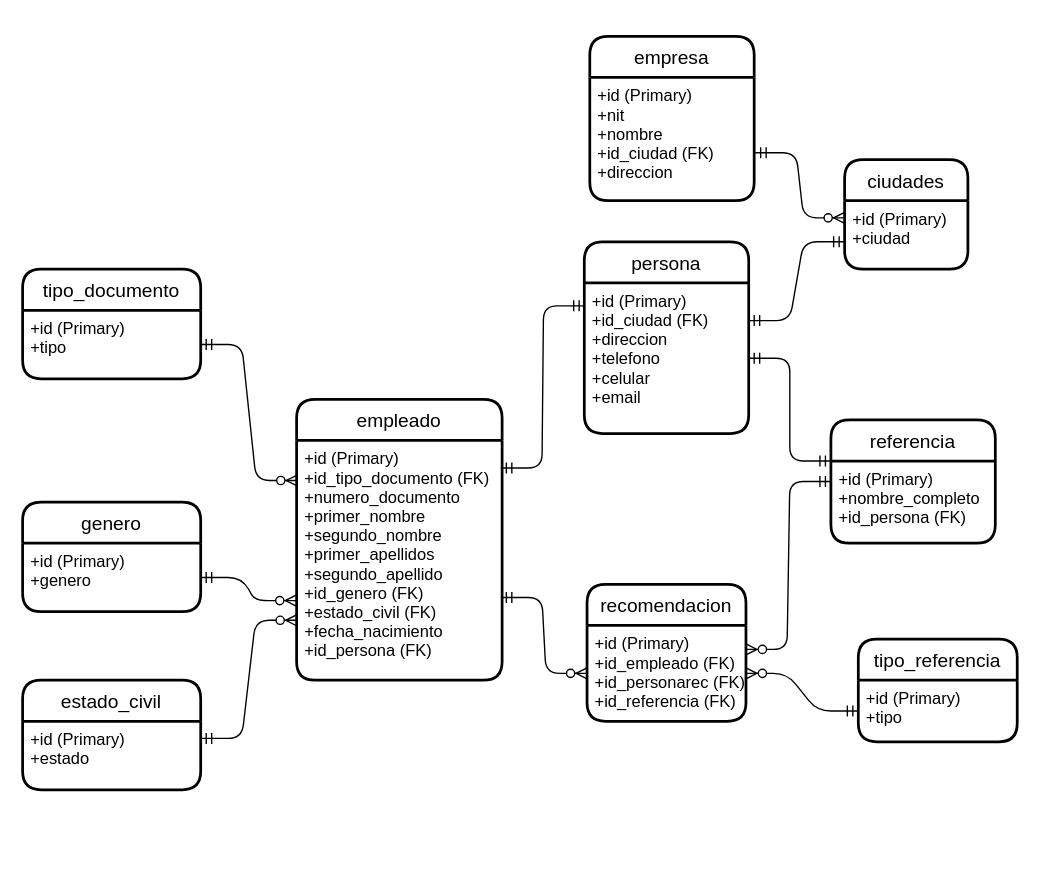
Earlier version of the draw.io diagram DiseñoRelacional.drawio (shaten10/hdv). Source tidied: cells renumbered, new cells numbered last; positions are measured from the earlier drawing's top-left corner, leaving out a move shared by most shapes. Both pictures are drawn from the tidied source at 137%, with x=0, y=0 at pixel (22, 36).
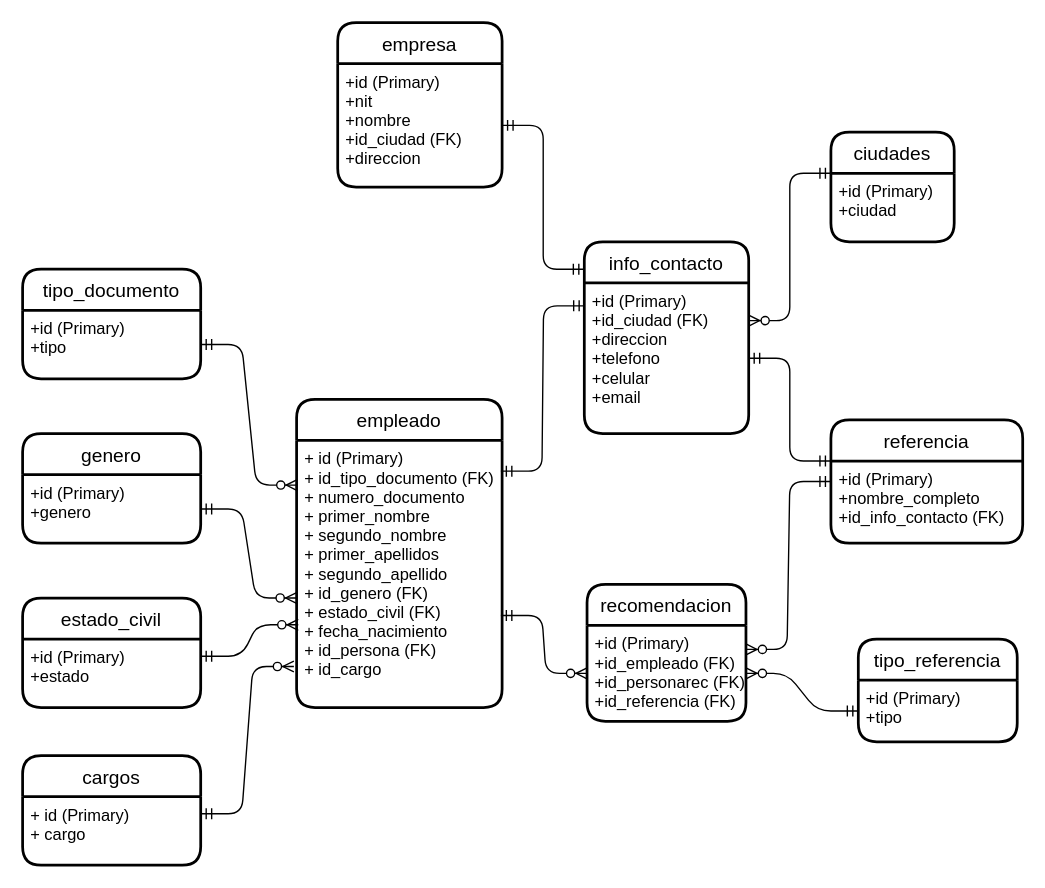
The same diagram, later.

Unchanged cells that the change refers to:
```xml
<mxCell id="3" value="+id (Primary)&#10;+id_ciudad (FK)&#10;+direccion&#10;+telefono&#10;+celular&#10;+email" style="align=left;strokeColor=none;fillColor=none;spacingLeft=4;fontSize=12;verticalAlign=top;" parent="2" vertex="1">
  <mxGeometry y="30" width="120" height="110" as="geometry" />
</mxCell>
<mxCell id="15" value="+id (Primary)&#10;+ciudad" style="align=left;strokeColor=none;fillColor=none;spacingLeft=4;fontSize=12;verticalAlign=top;" parent="14" vertex="1">
  <mxGeometry y="30" width="90" height="50" as="geometry" />
</mxCell>
<mxCell id="17" value="+id (Primary)&#10;+estado" style="align=left;strokeColor=none;fillColor=none;spacingLeft=4;fontSize=12;verticalAlign=top;" parent="16" vertex="1">
  <mxGeometry y="30" width="130" height="50" as="geometry" />
</mxCell>
<mxCell id="19" value="+id (Primary)&#10;+genero" style="align=left;strokeColor=none;fillColor=none;spacingLeft=4;fontSize=12;verticalAlign=top;" parent="18" vertex="1">
  <mxGeometry y="30" width="130" height="50" as="geometry" />
</mxCell>
<mxCell id="21" value="+id (Primary)&#10;+nit&#10;+nombre&#10;+id_ciudad (FK)&#10;+direccion" style="align=left;strokeColor=none;fillColor=none;spacingLeft=4;fontSize=12;verticalAlign=top;" parent="20" vertex="1">
  <mxGeometry y="30" width="120" height="90" as="geometry" />
</mxCell>
```

Change to the diagram source:
```diff
@@
-    <mxCell id="2" value="persona" style="swimlane;horizontal=1;startSize=30;rounded=1;fontSize=14;fontStyle=0;strokeWidth=2;shadow=0;dashed=0;align=center;" parent="1" vertex="1">
+    <mxCell id="2" value="info_contacto" style="swimlane;horizontal=1;startSize=30;rounded=1;fontSize=14;fontStyle=0;strokeWidth=2;shadow=0;dashed=0;align=center;" parent="1" vertex="1">
       <mxGeometry x="410" y="150" width="120" height="140" as="geometry" />
     </mxCell>
@@
     <mxCell id="4" value="empleado" style="swimlane;horizontal=1;startSize=30;rounded=1;fontSize=14;fontStyle=0;strokeWidth=2;shadow=0;dashed=0;align=center;" parent="1" vertex="1">
-      <mxGeometry x="200" y="265" width="150" height="205" as="geometry" />
+      <mxGeometry x="200" y="265" width="150" height="225" as="geometry" />
     </mxCell>
-    <mxCell id="5" value="+id (Primary)&#10;+id_tipo_documento (FK)&#10;+numero_documento&#10;+primer_nombre&#10;+segundo_nombre&#10;+primer_apellidos&#10;+segundo_apellido&#10;+id_genero (FK)&#10;+estado_civil (FK)&#10;+fecha_nacimiento&#10;+id_persona (FK)&#10;" style="align=left;strokeColor=none;fillColor=none;spacingLeft=4;fontSize=12;verticalAlign=top;" parent="4" vertex="1">
-      <mxGeometry y="30" width="150" height="175" as="geometry" />
+    <mxCell id="5" value="+ id (Primary)&#10;+ id_tipo_documento (FK)&#10;+ numero_documento&#10;+ primer_nombre&#10;+ segundo_nombre&#10;+ primer_apellidos&#10;+ segundo_apellido&#10;+ id_genero (FK)&#10;+ estado_civil (FK)&#10;+ fecha_nacimiento&#10;+ id_persona (FK)&#10;+ id_cargo&#10;" style="align=left;strokeColor=none;fillColor=none;spacingLeft=4;fontSize=12;verticalAlign=top;" parent="4" vertex="1">
+      <mxGeometry y="30" width="150" height="195" as="geometry" />
     </mxCell>
     <mxCell id="6" value="referencia" style="swimlane;horizontal=1;startSize=30;rounded=1;fontSize=14;fontStyle=0;strokeWidth=2;shadow=0;dashed=0;align=center;" parent="1" vertex="1">
-      <mxGeometry x="590" y="280" width="120" height="90" as="geometry" />
+      <mxGeometry x="590" y="280" width="140" height="90" as="geometry" />
     </mxCell>
-    <mxCell id="7" value="+id (Primary)&#10;+nombre_completo&#10;+id_persona (FK)" style="align=left;strokeColor=none;fillColor=none;spacingLeft=4;fontSize=12;verticalAlign=top;" parent="6" vertex="1">
-      <mxGeometry y="30" width="120" height="60" as="geometry" />
+    <mxCell id="7" value="+id (Primary)&#10;+nombre_completo&#10;+id_info_contacto (FK)" style="align=left;strokeColor=none;fillColor=none;spacingLeft=4;fontSize=12;verticalAlign=top;" parent="6" vertex="1">
+      <mxGeometry y="30" width="140" height="60" as="geometry" />
     </mxCell>
@@
     <mxCell id="14" value="ciudades" style="swimlane;horizontal=1;startSize=30;rounded=1;fontSize=14;fontStyle=0;strokeWidth=2;shadow=0;dashed=0;align=center;" parent="1" vertex="1">
-      <mxGeometry x="600" y="90" width="90" height="80" as="geometry" />
+      <mxGeometry x="590" y="70" width="90" height="80" as="geometry" />
     </mxCell>
@@
     <mxCell id="16" value="estado_civil" style="swimlane;horizontal=1;startSize=30;rounded=1;fontSize=14;fontStyle=0;strokeWidth=2;shadow=0;dashed=0;align=center;" parent="1" vertex="1">
-      <mxGeometry y="470" width="130" height="80" as="geometry" />
+      <mxGeometry y="410" width="130" height="80" as="geometry" />
     </mxCell>
@@
     <mxCell id="18" value="genero" style="swimlane;horizontal=1;startSize=30;rounded=1;fontSize=14;fontStyle=0;strokeWidth=2;shadow=0;dashed=0;align=center;" parent="1" vertex="1">
-      <mxGeometry y="340" width="130" height="80" as="geometry" />
+      <mxGeometry y="290" width="130" height="80" as="geometry" />
     </mxCell>
@@
     <mxCell id="20" value="empresa" style="swimlane;horizontal=1;startSize=30;rounded=1;fontSize=14;fontStyle=0;strokeWidth=2;shadow=0;dashed=0;align=center;" parent="1" vertex="1">
-      <mxGeometry x="414" width="120" height="120" as="geometry" />
+      <mxGeometry x="230" y="-10" width="120" height="120" as="geometry" />
     </mxCell>
@@
-    <mxCell id="25" style="edgeStyle=entityRelationEdgeStyle;fontSize=12;html=1;endArrow=ERzeroToMany;startArrow=ERmandOne;exitX=1;exitY=0.5;exitDx=0;exitDy=0;entryX=-0.002;entryY=0.668;entryDx=0;entryDy=0;entryPerimeter=0;" parent="1" edge="1" source="19" target="5">
-      <mxGeometry relative="1" as="geometry" />
+    <mxCell id="25" style="edgeStyle=entityRelationEdgeStyle;fontSize=12;html=1;endArrow=ERzeroToMany;startArrow=ERmandOne;exitX=1;exitY=0.5;exitDx=0;exitDy=0;" parent="1" edge="1" source="19">
+      <mxGeometry relative="1" as="geometry">
+        <mxPoint x="200" y="410" as="targetPoint" />
+      </mxGeometry>
     </mxCell>
-    <mxCell id="26" style="edgeStyle=entityRelationEdgeStyle;fontSize=12;html=1;endArrow=ERzeroToMany;startArrow=ERmandOne;exitX=1;exitY=0.25;exitDx=0;exitDy=0;entryX=0;entryY=0.75;entryDx=0;entryDy=0;" parent="1" edge="1" source="17" target="5">
+    <mxCell id="26" style="edgeStyle=entityRelationEdgeStyle;fontSize=12;html=1;endArrow=ERzeroToMany;startArrow=ERmandOne;exitX=1;exitY=0.25;exitDx=0;exitDy=0;entryX=0.008;entryY=0.69;entryDx=0;entryDy=0;entryPerimeter=0;" parent="1" edge="1" source="17" target="5">
       <mxGeometry relative="1" as="geometry" />
     </mxCell>
@@
-    <mxCell id="30" style="edgeStyle=entityRelationEdgeStyle;fontSize=12;html=1;endArrow=ERzeroToMany;startArrow=ERmandOne;exitX=1.006;exitY=0.611;exitDx=0;exitDy=0;entryX=0;entryY=0.25;entryDx=0;entryDy=0;exitPerimeter=0;" parent="1" edge="1" source="21" target="15">
-      <mxGeometry relative="1" as="geometry" />
-    </mxCell>
-    <mxCell id="31" style="edgeStyle=entityRelationEdgeStyle;fontSize=12;html=1;endArrow=ERmandOne;startArrow=ERmandOne;entryX=0;entryY=0.75;entryDx=0;entryDy=0;exitX=1;exitY=0.25;exitDx=0;exitDy=0;" parent="1" edge="1" source="3" target="14">
-      <mxGeometry relative="1" as="geometry" />
-    </mxCell>
+    <mxCell id="32" style="edgeStyle=entityRelationEdgeStyle;fontSize=12;html=1;endArrow=ERmandOne;startArrow=ERmandOne;exitX=1;exitY=0.5;exitDx=0;exitDy=0;" parent="1" edge="1" source="21">
+      <mxGeometry relative="1" as="geometry">
+        <mxPoint x="410" y="170" as="targetPoint" />
+      </mxGeometry>
+    </mxCell>
+    <mxCell id="33" style="edgeStyle=entityRelationEdgeStyle;fontSize=12;html=1;endArrow=ERzeroToMany;startArrow=ERmandOne;exitX=0;exitY=0;exitDx=0;exitDy=0;entryX=1;entryY=0.25;entryDx=0;entryDy=0;" parent="1" edge="1" source="15" target="3">
+      <mxGeometry relative="1" as="geometry" />
+    </mxCell>
+    <mxCell id="34" value="cargos" style="swimlane;horizontal=1;startSize=30;rounded=1;fontSize=14;fontStyle=0;strokeWidth=2;shadow=0;dashed=0;align=center;" parent="1" vertex="1">
+      <mxGeometry y="525" width="130" height="80" as="geometry" />
+    </mxCell>
+    <mxCell id="35" value="+ id (Primary)&#10;+ cargo" style="align=left;strokeColor=none;fillColor=none;spacingLeft=4;fontSize=12;verticalAlign=top;" parent="34" vertex="1">
+      <mxGeometry y="30" width="130" height="50" as="geometry" />
+    </mxCell>
+    <mxCell id="36" style="edgeStyle=entityRelationEdgeStyle;fontSize=12;html=1;endArrow=ERzeroToMany;startArrow=ERmandOne;exitX=1;exitY=0.25;exitDx=0;exitDy=0;" parent="1" edge="1" source="35">
+      <mxGeometry relative="1" as="geometry">
+        <mxPoint x="198" y="460" as="targetPoint" />
+      </mxGeometry>
+    </mxCell>
```
